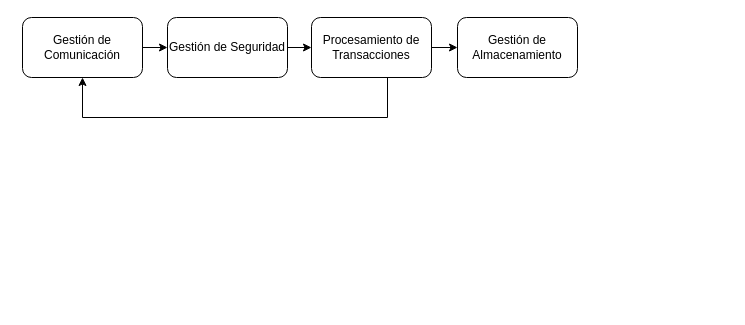
The draw.io diagram GATEWAY_V1.drawio in mvespin1/DiagramasArquitecturaGrupo2, before the edit. Source tidied: cells renumbered, new cells numbered last; positions are measured from the earlier drawing's top-left corner, leaving out a move shared by most shapes. Both pictures are drawn from the tidied source at 100%, with x=0, y=0 at pixel (22, 17).
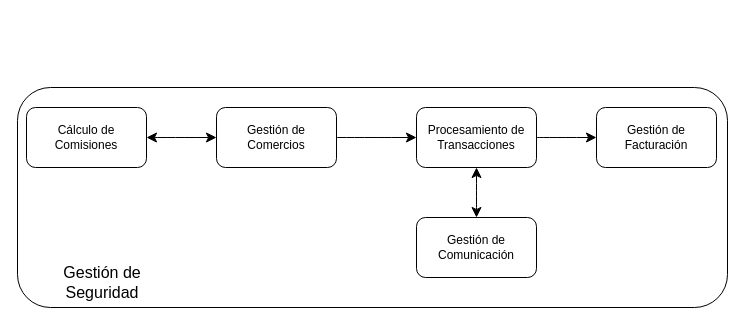
After the change.

Diff of the diagram source:
```diff
@@
 <mxGraphModel>
   <root>
     <mxCell id="0" />
     <mxCell id="1" parent="0" />
-    <mxCell id="2" style="edgeStyle=orthogonalEdgeStyle;rounded=0;jettySize=auto;html=1;exitX=1;exitY=0.5;exitDx=0;exitDy=0;entryX=0;entryY=0.5;entryDx=0;entryDy=0;" parent="1" edge="1" source="3" target="8">
-      <mxGeometry relative="1" as="geometry" />
-    </mxCell>
+    <mxCell id="10" style="rounded=1;whiteSpace=wrap;html=1;" parent="1" vertex="1">
+      <mxGeometry x="-5" y="70" width="710" height="220" as="geometry" />
+    </mxCell>
+    <mxCell id="11" style="edgeStyle=none;curved=1;rounded=0;jettySize=auto;html=1;exitX=1;exitY=0.5;exitDx=0;exitDy=0;entryX=0;entryY=0.5;entryDx=0;entryDy=0;fontSize=12;startSize=8;endSize=8;" parent="1" edge="1" source="12" target="8">
+      <mxGeometry relative="1" as="geometry" />
+    </mxCell>
+    <mxCell id="12" value="Gestión de Comercios" style="rounded=1;whiteSpace=wrap;html=1;" parent="1" vertex="1">
+      <mxGeometry x="194" y="90" width="120" height="60" as="geometry" />
+    </mxCell>
+    <mxCell id="13" style="edgeStyle=none;curved=1;rounded=0;jettySize=auto;html=1;exitX=1;exitY=0.5;exitDx=0;exitDy=0;fontSize=12;startSize=8;endSize=8;" parent="1" edge="1" source="8" target="14">
+      <mxGeometry relative="1" as="geometry" />
+    </mxCell>
+    <mxCell id="8" value="Procesamiento de Transacciones" style="rounded=1;whiteSpace=wrap;html=1;" parent="1" vertex="1">
+      <mxGeometry x="394" y="90" width="120" height="60" as="geometry" />
+    </mxCell>
+    <mxCell id="14" value="Gestión de Facturación" style="rounded=1;whiteSpace=wrap;html=1;" parent="1" vertex="1">
+      <mxGeometry x="574" y="90" width="120" height="60" as="geometry" />
+    </mxCell>
+    <mxCell id="15" value="Cálculo de Comisiones" style="rounded=1;whiteSpace=wrap;html=1;" parent="1" vertex="1">
+      <mxGeometry x="4" y="90" width="120" height="60" as="geometry" />
+    </mxCell>
+    <mxCell id="5" value="Gestión de Comunicación" style="rounded=1;whiteSpace=wrap;html=1;" parent="1" vertex="1">
+      <mxGeometry x="394" y="200" width="120" height="60" as="geometry" />
+    </mxCell>
+    <mxCell id="16" style="endArrow=classic;startArrow=classic;html=1;rounded=0;fontSize=12;startSize=8;endSize=8;curved=1;entryX=0.5;entryY=1;entryDx=0;entryDy=0;exitX=0.5;exitY=0;exitDx=0;exitDy=0;" parent="1" edge="1" target="8">
+      <mxGeometry relative="1" as="geometry">
+        <mxPoint x="454" y="200" as="sourcePoint" />
+      </mxGeometry>
+    </mxCell>
+    <mxCell id="17" style="endArrow=classic;startArrow=classic;html=1;rounded=0;fontSize=12;startSize=8;endSize=8;curved=1;exitX=1;exitY=0.5;exitDx=0;exitDy=0;entryX=0;entryY=0.5;entryDx=0;entryDy=0;" parent="1" edge="1" source="15" target="12">
+      <mxGeometry relative="1" as="geometry" />
+    </mxCell>
-    <mxCell id="3" value="Gestión de Seguridad" style="rounded=1;whiteSpace=wrap;html=1;" parent="1" vertex="1">
-      <mxGeometry x="145" width="120" height="60" as="geometry" />
+    <mxCell id="3" value="Gestión de Seguridad" style="text;strokeColor=none;fillColor=none;html=1;align=center;verticalAlign=middle;whiteSpace=wrap;rounded=0;fontSize=16;" parent="1" vertex="1">
+      <mxGeometry x="15" y="250" width="130" height="30" as="geometry" />
     </mxCell>
-    <mxCell id="4" style="edgeStyle=orthogonalEdgeStyle;rounded=0;jettySize=auto;html=1;exitX=1;exitY=0.5;exitDx=0;exitDy=0;entryX=0;entryY=0.5;entryDx=0;entryDy=0;" parent="1" edge="1" source="5" target="3">
-      <mxGeometry relative="1" as="geometry" />
-    </mxCell>
-    <mxCell id="5" value="Gestión de Comunicación" style="rounded=1;whiteSpace=wrap;html=1;" parent="1" vertex="1">
-      <mxGeometry width="120" height="60" as="geometry" />
-    </mxCell>
-    <mxCell id="6" style="edgeStyle=orthogonalEdgeStyle;rounded=0;jettySize=auto;html=1;exitX=0.5;exitY=1;exitDx=0;exitDy=0;entryX=0.5;entryY=1;entryDx=0;entryDy=0;" parent="1" edge="1" source="8" target="5">
-      <mxGeometry relative="1" as="geometry">
-        <Array as="points">
-          <mxPoint x="365" y="100" />
-          <mxPoint x="60" y="100" />
-        </Array>
-      </mxGeometry>
-    </mxCell>
-    <mxCell id="7" style="edgeStyle=orthogonalEdgeStyle;rounded=0;jettySize=auto;html=1;exitX=1;exitY=0.5;exitDx=0;exitDy=0;entryX=0;entryY=0.5;entryDx=0;entryDy=0;" parent="1" edge="1" source="8" target="9">
-      <mxGeometry relative="1" as="geometry" />
-    </mxCell>
-    <mxCell id="8" value="Procesamiento de Transacciones" style="rounded=1;whiteSpace=wrap;html=1;" parent="1" vertex="1">
-      <mxGeometry x="289" width="120" height="60" as="geometry" />
-    </mxCell>
-    <mxCell id="9" value="Gestión de Almacenamiento" style="rounded=1;whiteSpace=wrap;html=1;" parent="1" vertex="1">
-      <mxGeometry x="435" width="120" height="60" as="geometry" />
-    </mxCell>
   </root>
 </mxGraphModel>
```
